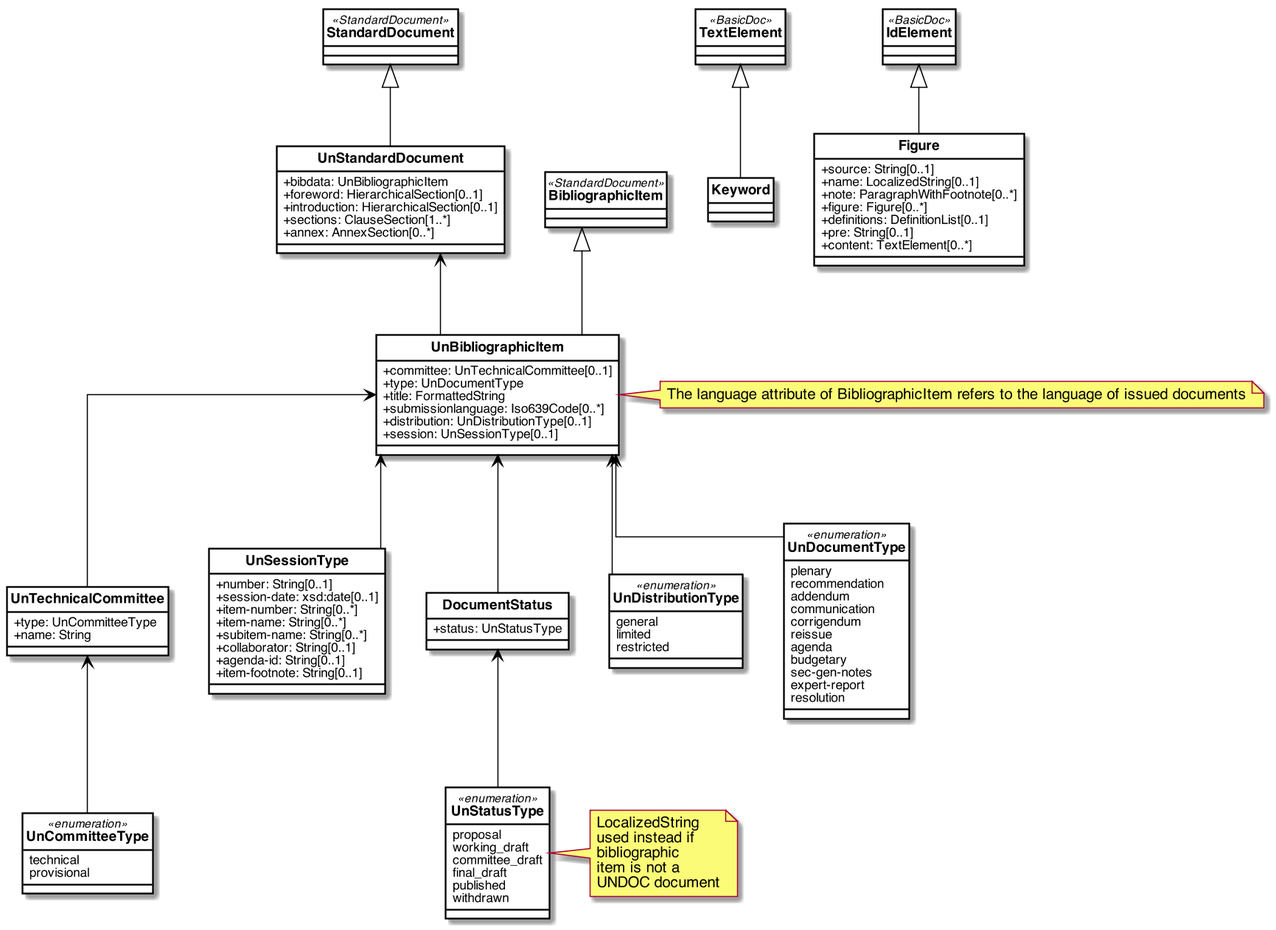
Before: un/images/UnDocument.png, a diagram exported from PlantUML (metanorma/standoc-models).
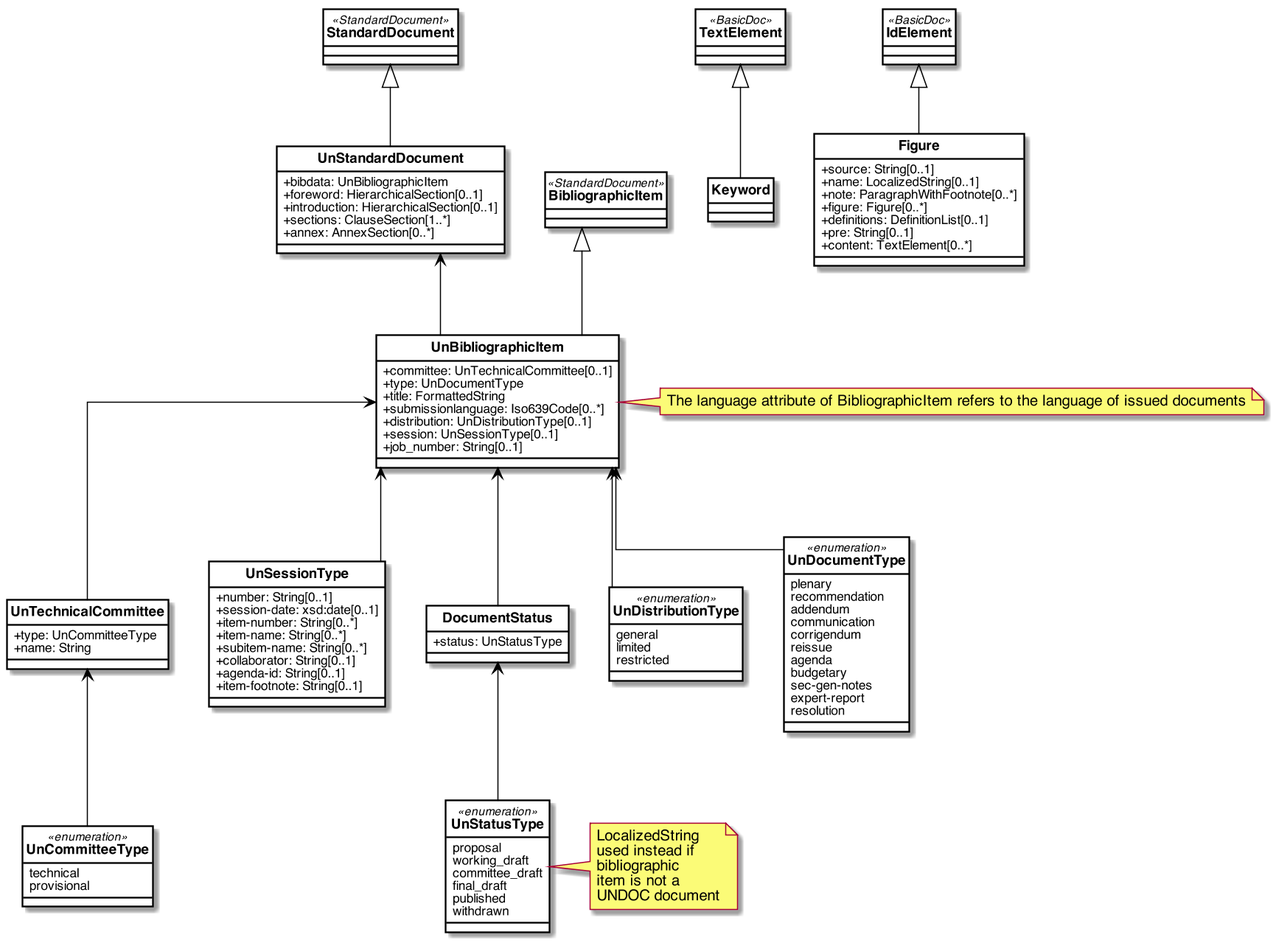
Later version of the same file.

Commit message:
add job_number: https://github.com/relaton/relaton-un/issues/1

The edit, as a diff of the source:
```diff
@@ -64,6 +64,7 @@
     +submissionlanguage: Iso639Code[0..*]
     +distribution: UnDistributionType[0..1]
     +session: UnSessionType[0..1]
+    +job_number: String[0..1]
 }
 
 class UnTechnicalCommittee{
```
